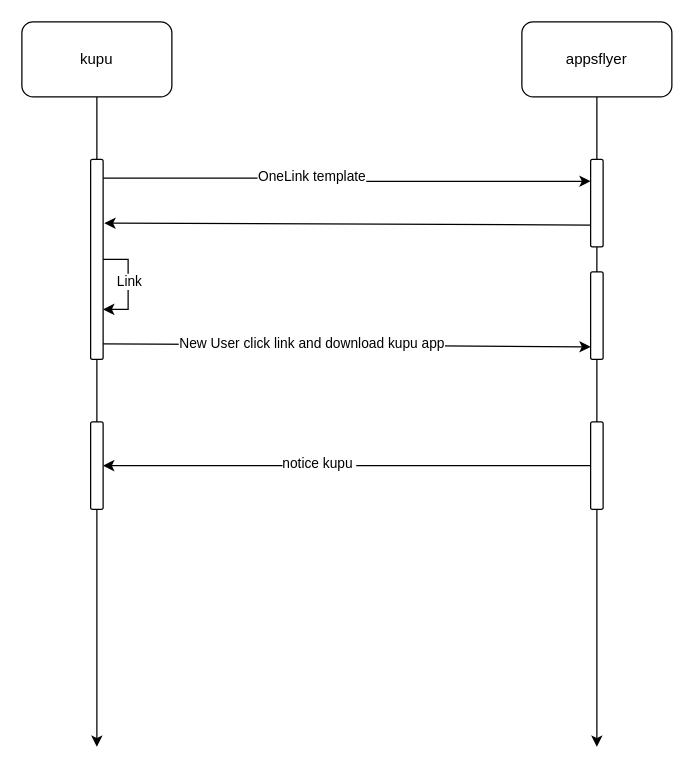
Before: page "Appsflyer拉新" (5 of 5) of 草稿.drawio in jarcn/pic, a draw.io diagram. Source tidied: cells renumbered, new cells numbered last; positions are measured from the earlier drawing's top-left corner, leaving out a move shared by most shapes. Both pictures are drawn from the tidied source at 125%, with x=0, y=0 at pixel (21, 21).
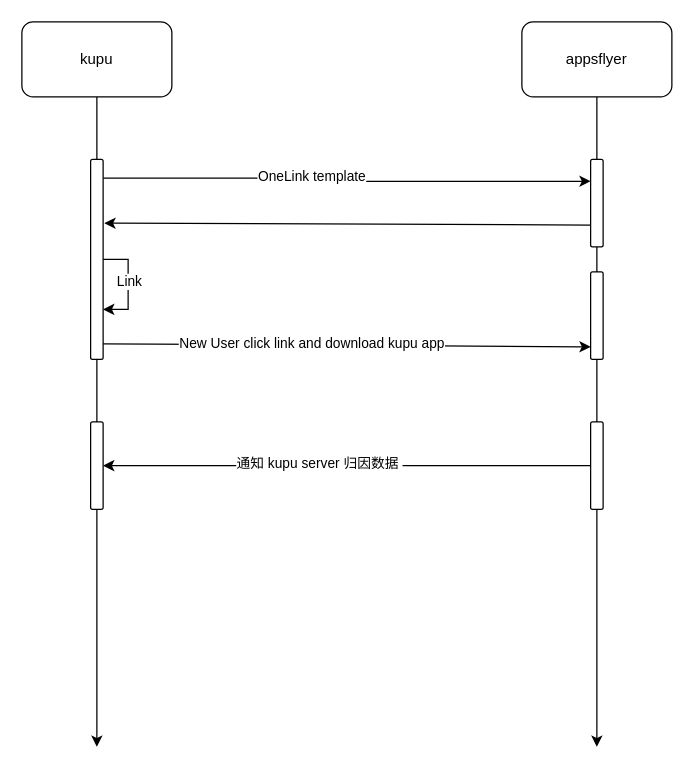
Above is the later version.

Unchanged cells that the change refers to:
```xml
<mxCell id="21" style="edgeStyle=none;rounded=0;jettySize=auto;html=1;exitX=0;exitY=0.5;exitDx=0;exitDy=0;entryX=1;entryY=0.5;entryDx=0;entryDy=0;" parent="1" edge="1" source="23" target="19">
  <mxGeometry relative="1" as="geometry" />
</mxCell>
```

The edit, as a diff of the source:
```diff
@@
-    <mxCell id="22" value="notice kupu&amp;nbsp;" style="edgeLabel;html=1;align=center;verticalAlign=middle;" parent="21" vertex="1">
+    <mxCell id="22" value="通知 kupu server 归因数据&amp;nbsp;" style="edgeLabel;html=1;align=center;verticalAlign=middle;" parent="21" vertex="1">
       <mxGeometry x="0.12" y="-3" relative="1" as="geometry" />
     </mxCell>
```
